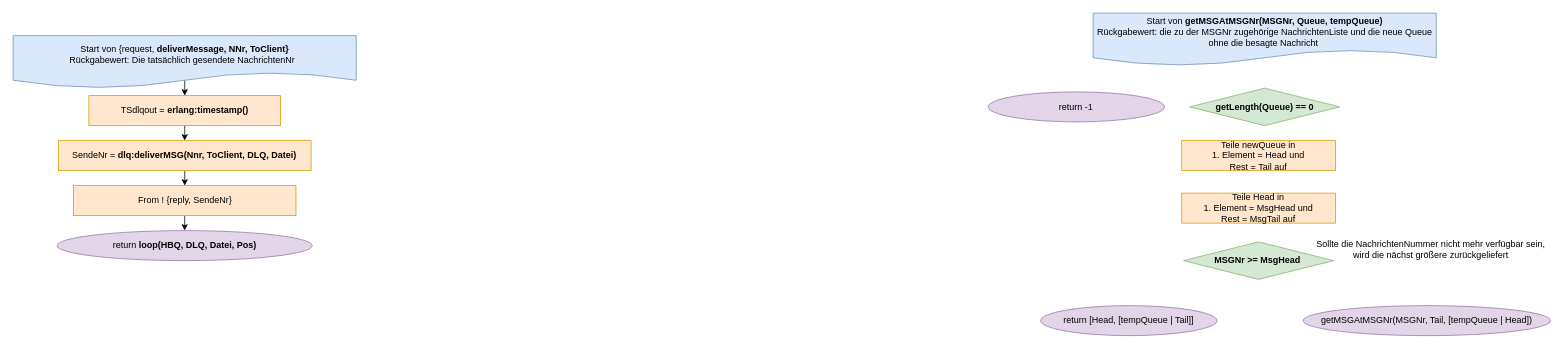
Before: Grafiken:Bilder/draw.io/HBQ/3. deliverMSG.drawio in krisschaaf/Hausarbeit_Erlang_Queues, a draw.io diagram. Source tidied: cells renumbered, new cells numbered last; positions are measured from the earlier drawing's top-left corner, leaving out a move shared by most shapes. Both pictures are drawn from the tidied source at 75%, with x=0, y=0 at pixel (13, 13).
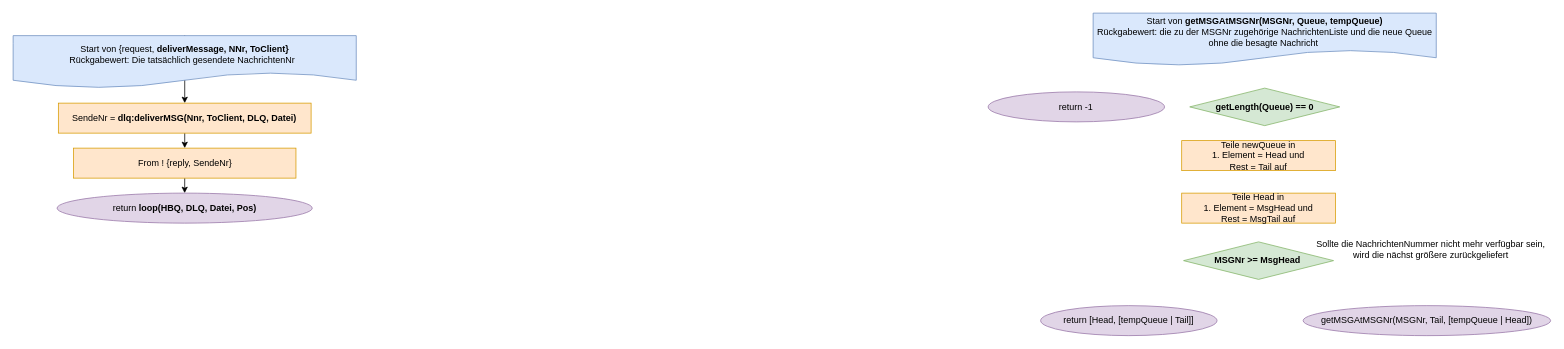
The same page after the edit.

The change refers to these unchanged cells:
```xml
<mxCell id="12" value="Start von {request,&amp;nbsp;&lt;b&gt;deliverMessage, NNr, ToClient}&lt;/b&gt;&lt;br&gt;Rückgabewert: Die tatsächlich gesendete NachrichtenNr&amp;nbsp;&amp;nbsp;" style="shape=document;whiteSpace=wrap;html=1;boundedLbl=1;fillColor=#dae8fc;strokeColor=#6c8ebf;" parent="1" vertex="1">
  <mxGeometry y="30" width="457.5" height="70" as="geometry" />
</mxCell>
```

Change to the diagram source:
```diff
@@
-    <mxCell id="11" style="edgeStyle=orthogonalEdgeStyle;rounded=0;jettySize=auto;html=1;exitX=0.5;exitY=0;exitDx=0;exitDy=0;entryX=0.5;entryY=0;entryDx=0;entryDy=0;" parent="1" edge="1" source="12" target="14">
-      <mxGeometry relative="1" as="geometry">
-        <Array as="points">
-          <mxPoint x="229" y="35" />
-          <mxPoint x="229" y="35" />
-        </Array>
-      </mxGeometry>
-    </mxCell>
+    <mxCell id="20" style="edgeStyle=orthogonalEdgeStyle;rounded=0;jettySize=auto;html=1;exitX=0.5;exitY=0;exitDx=0;exitDy=0;entryX=0.5;entryY=0;entryDx=0;entryDy=0;" parent="1" edge="1" source="12" target="16">
+      <mxGeometry relative="1" as="geometry">
+        <Array as="points">
+          <mxPoint x="229" y="40" />
+          <mxPoint x="229" y="40" />
+        </Array>
+      </mxGeometry>
+    </mxCell>
@@
-    <mxCell id="13" style="edgeStyle=orthogonalEdgeStyle;rounded=0;jettySize=auto;html=1;exitX=0.5;exitY=1;exitDx=0;exitDy=0;entryX=0.5;entryY=0;entryDx=0;entryDy=0;" parent="1" edge="1" source="14" target="16">
-      <mxGeometry relative="1" as="geometry" />
-    </mxCell>
-    <mxCell id="14" value="TSdlqout = &lt;b&gt;erlang:timestamp()&lt;/b&gt;" style="rounded=0;whiteSpace=wrap;html=1;fillColor=#ffe6cc;strokeColor=#d79b00;" parent="1" vertex="1">
-      <mxGeometry x="101" y="110" width="255.6" height="40" as="geometry" />
-    </mxCell>
@@
     <mxCell id="16" value="SendeNr = &lt;b&gt;dlq:deliverMSG(Nnr, ToClient, DLQ, Datei)&lt;/b&gt;" style="rounded=0;whiteSpace=wrap;html=1;fillColor=#ffe6cc;strokeColor=#d79b00;" parent="1" vertex="1">
-      <mxGeometry x="60.3" y="170" width="337" height="40" as="geometry" />
+      <mxGeometry x="60.3" y="120" width="337" height="40" as="geometry" />
     </mxCell>
@@
     <mxCell id="18" value="From ! {reply, SendeNr}" style="rounded=0;whiteSpace=wrap;html=1;fillColor=#ffe6cc;strokeColor=#d79b00;" parent="1" vertex="1">
-      <mxGeometry x="80.5" y="230" width="296.6" height="40" as="geometry" />
+      <mxGeometry x="80.5" y="180" width="296.6" height="40" as="geometry" />
     </mxCell>
     <mxCell id="19" value="return &lt;b&gt;loop(HBQ, DLQ, Datei, Pos)&lt;/b&gt;" style="ellipse;whiteSpace=wrap;html=1;rounded=0;fillColor=#e1d5e7;strokeColor=#9673a6;" parent="1" vertex="1">
-      <mxGeometry x="58.6" y="290" width="340.2" height="40" as="geometry" />
+      <mxGeometry x="58.6" y="240" width="340.2" height="40" as="geometry" />
     </mxCell>
```
